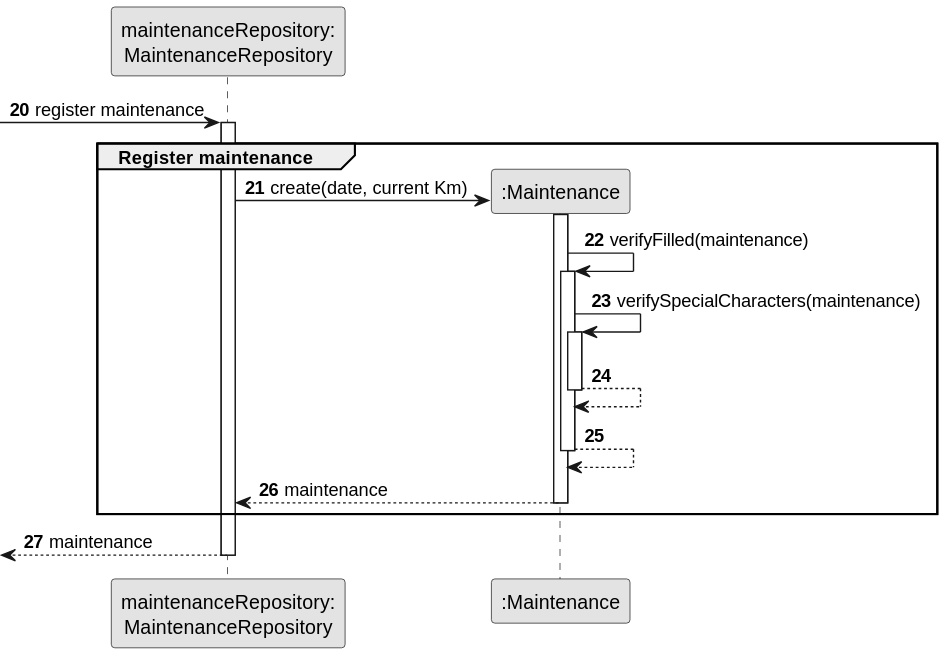
Earlier version of the PlantUML export docs/sprintB/us007/03.design/svg/us007-sequence-diagram-partial-create-maintenance.svg (ricardomm7/leaflink).
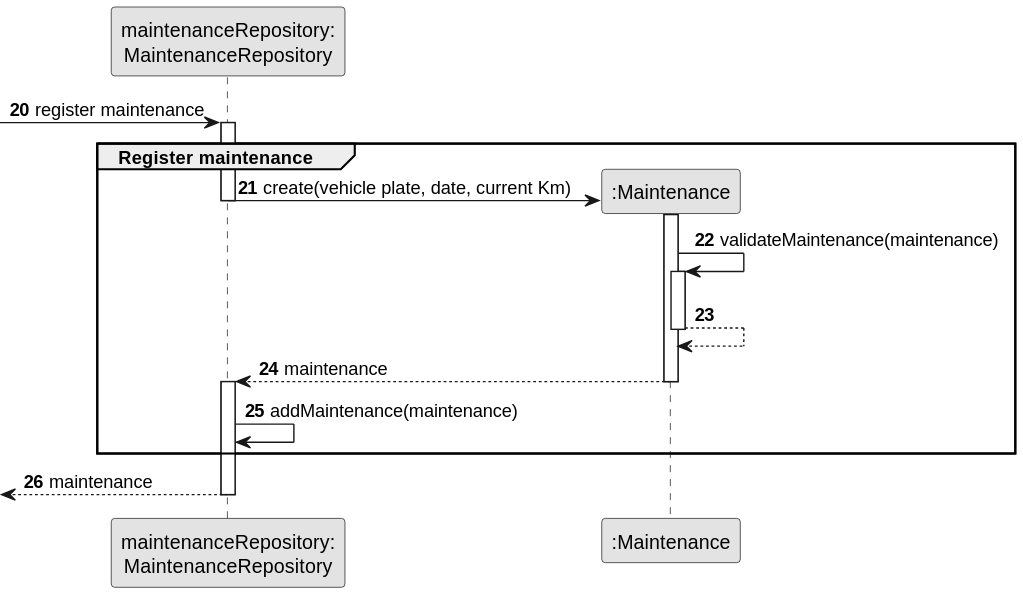
Later version of the same file.

Change to the diagram source:
```diff
@@ -13,19 +13,24 @@
                group Register maintenance
             activate MaintenanceRepository
 
-            MaintenanceRepository -> Maintenance** : create(date, current Km)
-            activate Maintenance
+            MaintenanceRepository -> Maintenance** : create(vehicle plate, date, current Km)
+                        deactivate MaintenanceRepository
+                        activate Maintenance
 
-                            Maintenance -> Maintenance : verifyFilled(maintenance)
-                            activate Maintenance
-                            Maintenance -> Maintenance : verifySpecialCharacters(maintenance)
+
+                            Maintenance -> Maintenance : validateMaintenance(maintenance)
                             activate Maintenance
                             Maintenance --> Maintenance
                             deactivate Maintenance
-                            Maintenance --> Maintenance
-                            deactivate Maintenance
-                Maintenance --> MaintenanceRepository : maintenance
-               deactivate Maintenance
+
+
+                            Maintenance --> MaintenanceRepository : maintenance
+                           deactivate Maintenance
+
+                           activate MaintenanceRepository
+
+                            MaintenanceRepository -> MaintenanceRepository: addMaintenance(maintenance)
+
 
                end
                 <-- MaintenanceRepository : maintenance
```
